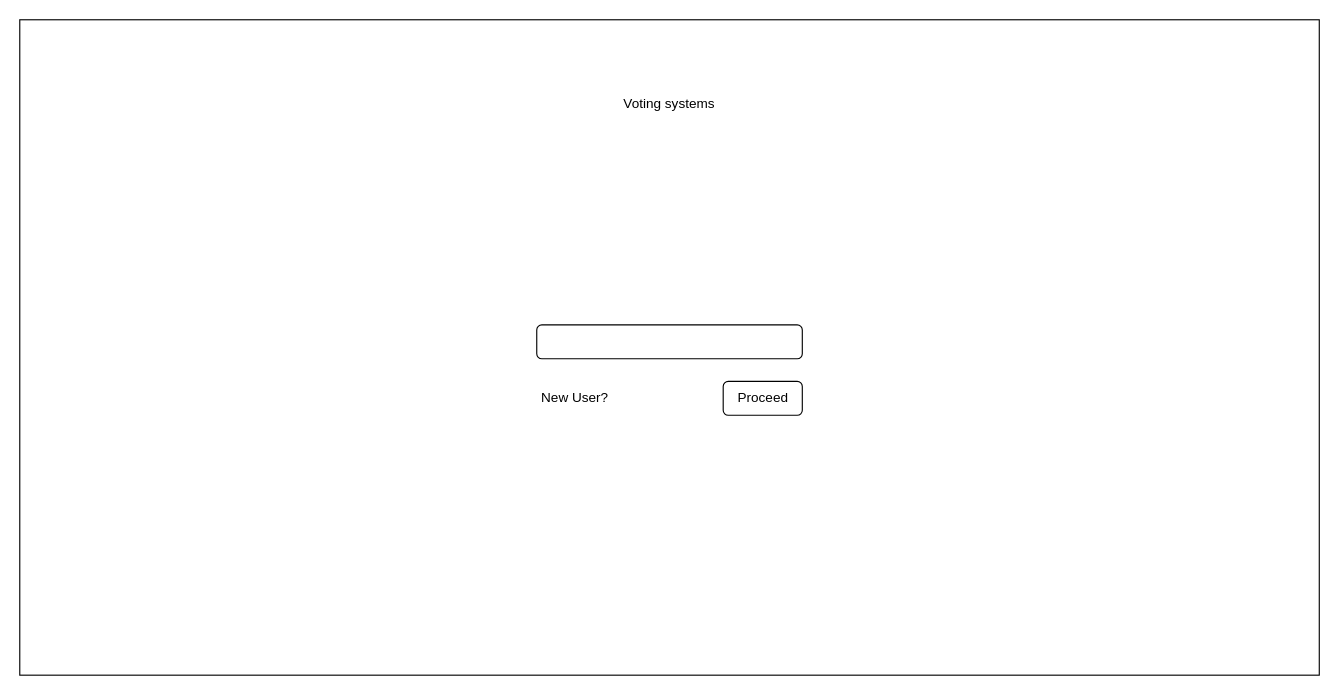
Before: page "front page" (1 of 6) of UI.drawio in nrssi/odyssey, a draw.io diagram. Source tidied: cells renumbered, new cells numbered last; positions are measured from the earlier drawing's top-left corner, leaving out a move shared by most shapes. Both pictures are drawn from the tidied source at 113%, with x=0, y=0 at pixel (19, 19).
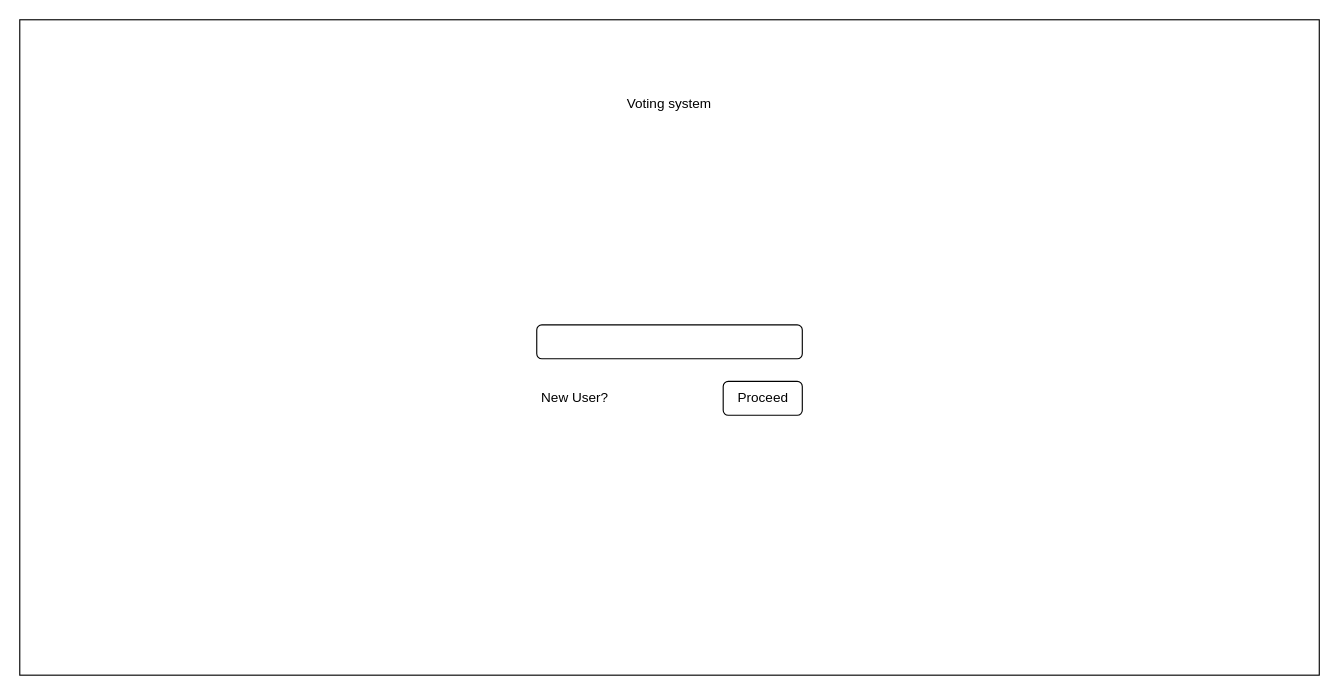
After the change.

Diff of the diagram source:
```diff
@@
 <mxGraphModel>
   <root>
     <mxCell id="0" />
     <mxCell id="1" parent="0" />
     <mxCell id="2" style="rounded=0;whiteSpace=wrap;html=1;" parent="1" vertex="1">
       <mxGeometry width="1150" height="580" as="geometry" />
     </mxCell>
     <mxCell id="3" style="rounded=1;whiteSpace=wrap;html=1;" parent="1" vertex="1">
       <mxGeometry x="457.5" y="270" width="235" height="30" as="geometry" />
     </mxCell>
     <mxCell id="4" value="Proceed" style="rounded=1;whiteSpace=wrap;html=1;" parent="1" vertex="1">
       <mxGeometry x="622.5" y="320" width="70" height="30" as="geometry" />
     </mxCell>
     <mxCell id="5" value="New User?" style="text;html=1;strokeColor=none;fillColor=none;align=center;verticalAlign=middle;whiteSpace=wrap;rounded=0;" parent="1" vertex="1">
       <mxGeometry x="450" y="320" width="82.5" height="30" as="geometry" />
     </mxCell>
-    <mxCell id="6" value="Voting systems" style="text;html=1;strokeColor=none;fillColor=none;align=center;verticalAlign=middle;whiteSpace=wrap;rounded=0;" parent="1" vertex="1">
+    <mxCell id="6" value="Voting system" style="text;html=1;strokeColor=none;fillColor=none;align=center;verticalAlign=middle;whiteSpace=wrap;rounded=0;" parent="1" vertex="1">
       <mxGeometry x="521.2" y="60" width="107.5" height="30" as="geometry" />
     </mxCell>
   </root>
 </mxGraphModel>
```
